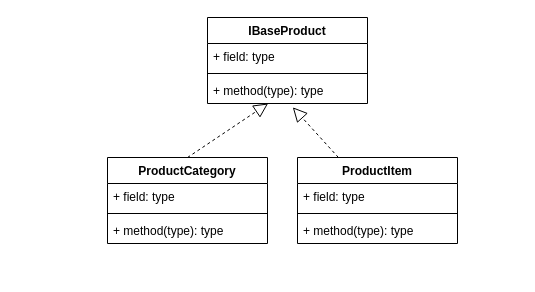
Earlier version of the draw.io diagram Untitled Diagram.drawio (LydsLido/philips-july-dp-2022). Source tidied: cells renumbered, new cells numbered last; positions are measured from the earlier drawing's top-left corner, leaving out a move shared by most shapes. Both pictures are drawn from the tidied source at 100%, with x=0, y=0 at pixel (107, 17).
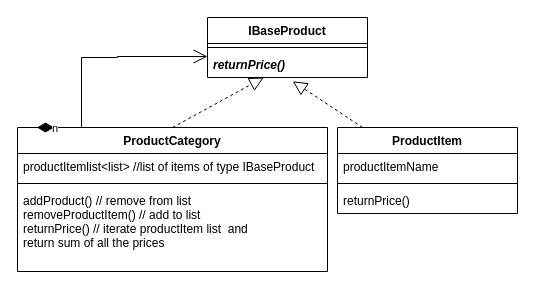
Above is the later version.

The edit, as a diff of the source:
```diff
@@
 <mxGraphModel>
   <root>
     <mxCell id="0" />
     <mxCell id="1" parent="0" />
     <mxCell id="2" value="ProductCategory" style="swimlane;fontStyle=1;align=center;verticalAlign=top;horizontal=1;startSize=26;" parent="1" vertex="1">
-      <mxGeometry y="140" width="160" height="86" as="geometry" />
+      <mxGeometry x="-90" y="110" width="310" height="144" as="geometry" />
     </mxCell>
-    <mxCell id="3" value="+ field: type" style="text;strokeColor=none;fillColor=none;align=left;verticalAlign=top;spacingLeft=4;spacingRight=4;overflow=hidden;" parent="2" vertex="1">
-      <mxGeometry y="26" width="160" height="26" as="geometry" />
+    <mxCell id="3" value="productItemlist&lt;list&gt; //list of items of type IBaseProduct" style="text;strokeColor=none;fillColor=none;align=left;verticalAlign=top;spacingLeft=4;spacingRight=4;overflow=hidden;" parent="2" vertex="1">
+      <mxGeometry y="26" width="310" height="26" as="geometry" />
     </mxCell>
     <mxCell id="4" style="line;strokeWidth=1;fillColor=none;align=left;verticalAlign=middle;spacingTop=-1;spacingLeft=3;spacingRight=3;labelPosition=right;" parent="2" vertex="1">
-      <mxGeometry y="52" width="160" height="8" as="geometry" />
+      <mxGeometry y="52" width="310" height="8" as="geometry" />
     </mxCell>
-    <mxCell id="5" value="+ method(type): type" style="text;strokeColor=none;fillColor=none;align=left;verticalAlign=top;spacingLeft=4;spacingRight=4;overflow=hidden;" parent="2" vertex="1">
-      <mxGeometry y="60" width="160" height="26" as="geometry" />
+    <mxCell id="5" value="addProduct() // remove from list&#10;removeProductItem() // add to list &#10;returnPrice() // iterate productItem list  and &#10;return sum of all the prices&#10;" style="text;strokeColor=none;fillColor=none;align=left;verticalAlign=top;spacingLeft=4;spacingRight=4;overflow=hidden;fontStyle=0;" parent="2" vertex="1">
+      <mxGeometry y="60" width="310" height="84" as="geometry" />
     </mxCell>
     <mxCell id="6" value="ProductItem" style="swimlane;fontStyle=1;align=center;verticalAlign=top;horizontal=1;startSize=26;" parent="1" vertex="1">
-      <mxGeometry x="190" y="140" width="160" height="86" as="geometry" />
+      <mxGeometry x="230" y="110" width="180" height="86" as="geometry" />
     </mxCell>
-    <mxCell id="7" value="+ field: type" style="text;strokeColor=none;fillColor=none;align=left;verticalAlign=top;spacingLeft=4;spacingRight=4;overflow=hidden;" parent="6" vertex="1">
-      <mxGeometry y="26" width="160" height="26" as="geometry" />
+    <mxCell id="7" value="productItemName" style="text;strokeColor=none;fillColor=none;align=left;verticalAlign=top;spacingLeft=4;spacingRight=4;overflow=hidden;" parent="6" vertex="1">
+      <mxGeometry y="26" width="180" height="26" as="geometry" />
     </mxCell>
     <mxCell id="8" style="line;strokeWidth=1;fillColor=none;align=left;verticalAlign=middle;spacingTop=-1;spacingLeft=3;spacingRight=3;labelPosition=right;" parent="6" vertex="1">
-      <mxGeometry y="52" width="160" height="8" as="geometry" />
+      <mxGeometry y="52" width="180" height="8" as="geometry" />
     </mxCell>
-    <mxCell id="9" value="+ method(type): type" style="text;strokeColor=none;fillColor=none;align=left;verticalAlign=top;spacingLeft=4;spacingRight=4;overflow=hidden;" parent="6" vertex="1">
-      <mxGeometry y="60" width="160" height="26" as="geometry" />
+    <mxCell id="9" value="returnPrice()" style="text;strokeColor=none;fillColor=none;align=left;verticalAlign=top;spacingLeft=4;spacingRight=4;overflow=hidden;" parent="6" vertex="1">
+      <mxGeometry y="60" width="180" height="26" as="geometry" />
     </mxCell>
     <mxCell id="10" value="IBaseProduct" style="swimlane;fontStyle=1;align=center;verticalAlign=top;horizontal=1;startSize=26;" parent="1" vertex="1">
-      <mxGeometry x="100" width="160" height="86" as="geometry" />
+      <mxGeometry x="100" width="160" height="60" as="geometry" />
     </mxCell>
-    <mxCell id="11" value="+ field: type" style="text;strokeColor=none;fillColor=none;align=left;verticalAlign=top;spacingLeft=4;spacingRight=4;overflow=hidden;" parent="10" vertex="1">
-      <mxGeometry y="26" width="160" height="26" as="geometry" />
-    </mxCell>
     <mxCell id="12" style="line;strokeWidth=1;fillColor=none;align=left;verticalAlign=middle;spacingTop=-1;spacingLeft=3;spacingRight=3;labelPosition=right;" parent="10" vertex="1">
-      <mxGeometry y="52" width="160" height="8" as="geometry" />
+      <mxGeometry y="26" width="160" height="8" as="geometry" />
     </mxCell>
-    <mxCell id="13" value="+ method(type): type" style="text;strokeColor=none;fillColor=none;align=left;verticalAlign=top;spacingLeft=4;spacingRight=4;overflow=hidden;points=[[0,0.5],[1,0.5]];portConstraint=eastwest;" parent="10" vertex="1">
-      <mxGeometry y="60" width="160" height="26" as="geometry" />
+    <mxCell id="13" value="returnPrice()" style="text;strokeColor=none;fillColor=none;align=left;verticalAlign=top;spacingLeft=4;spacingRight=4;overflow=hidden;points=[[0,0.5],[1,0.5]];portConstraint=eastwest;fontStyle=3;" parent="10" vertex="1">
+      <mxGeometry y="34" width="160" height="26" as="geometry" />
     </mxCell>
     <mxCell id="14" style="endArrow=block;dashed=1;endFill=0;endSize=12;html=1;rounded=0;exitX=0.5;exitY=0;exitDx=0;exitDy=0;" parent="1" edge="1" source="2" target="13">
       <mxGeometry relative="1" as="geometry" />
     </mxCell>
     <mxCell id="15" style="endArrow=block;dashed=1;endFill=0;endSize=12;html=1;rounded=0;entryX=0.533;entryY=1.146;entryDx=0;entryDy=0;entryPerimeter=0;" parent="1" edge="1" source="6" target="13">
       <mxGeometry relative="1" as="geometry" />
     </mxCell>
+    <mxCell id="16" value="n" style="endArrow=open;html=1;endSize=12;startArrow=diamondThin;startSize=14;startFill=1;edgeStyle=orthogonalEdgeStyle;align=left;verticalAlign=bottom;rounded=0;exitX=0.063;exitY=0;exitDx=0;exitDy=0;exitPerimeter=0;entryX=0;entryY=0.5;entryDx=0;entryDy=0;" parent="1" edge="1" source="2">
+      <mxGeometry x="-0.89" y="-10" relative="1" as="geometry">
+        <mxPoint x="100" y="39" as="targetPoint" />
+        <Array as="points">
+          <mxPoint x="-26" y="40" />
+          <mxPoint x="10" y="40" />
+          <mxPoint x="10" y="39" />
+        </Array>
+      </mxGeometry>
+    </mxCell>
   </root>
 </mxGraphModel>
```
